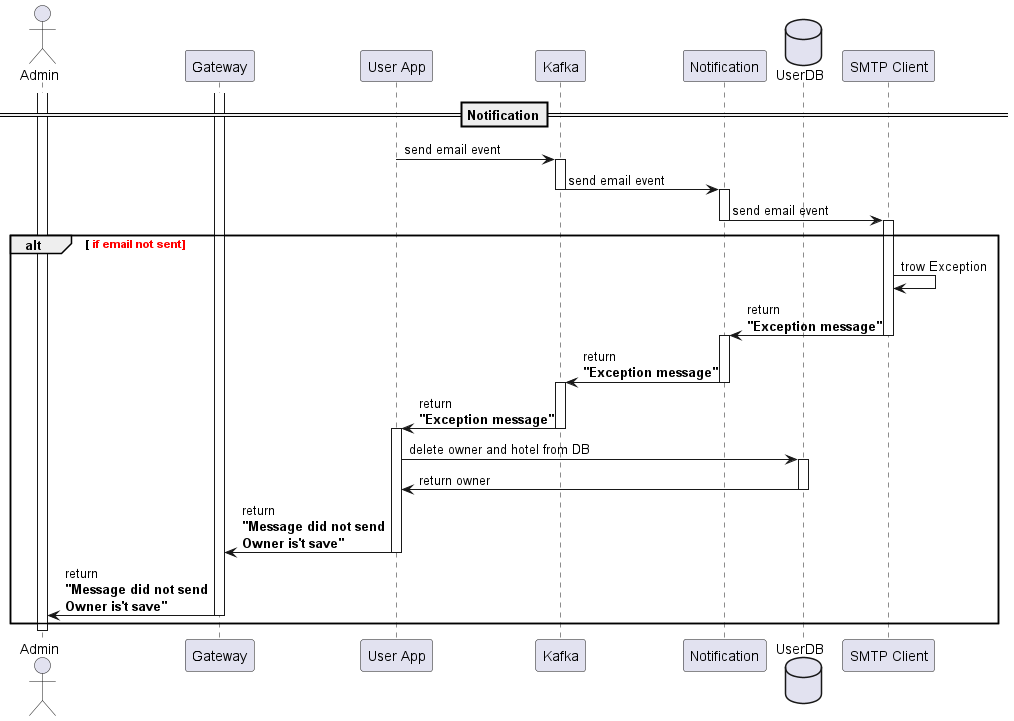
Earlier version of the PlantUML export image/notifikation.png (OlgaDobrodey/sequence-diagram).
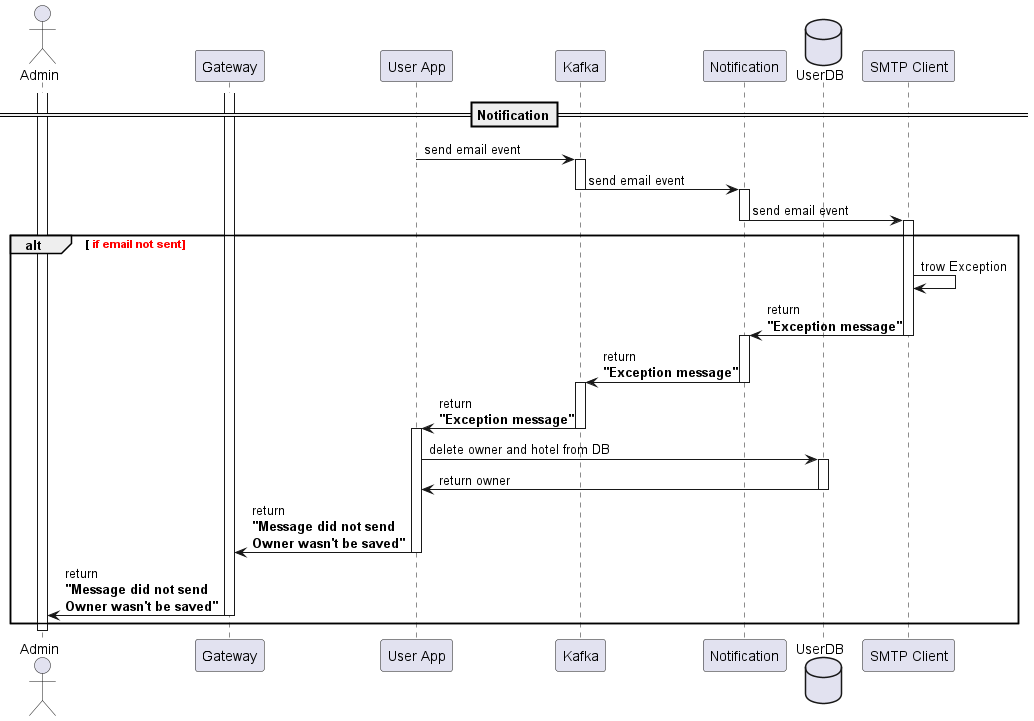
The same file after the commit.

Diff of the diagram source:
```diff
@@ -37,9 +37,9 @@
     activate ub
     ub -> us: return owner
     deactivate ub
-    us -> gw: return\n<b>"Message did not send\n<b>Owner is't save"
+    us -> gw: return\n<b>"Message did not send\n<b>Owner wasn't be saved"
     deactivate us
-    gw -> user: return\n<b>"Message did not send\n<b>Owner is't save"
+    gw -> user: return\n<b>"Message did not send\n<b>Owner wasn't be saved"
     deactivate gw
 end
 deactivate user
```
